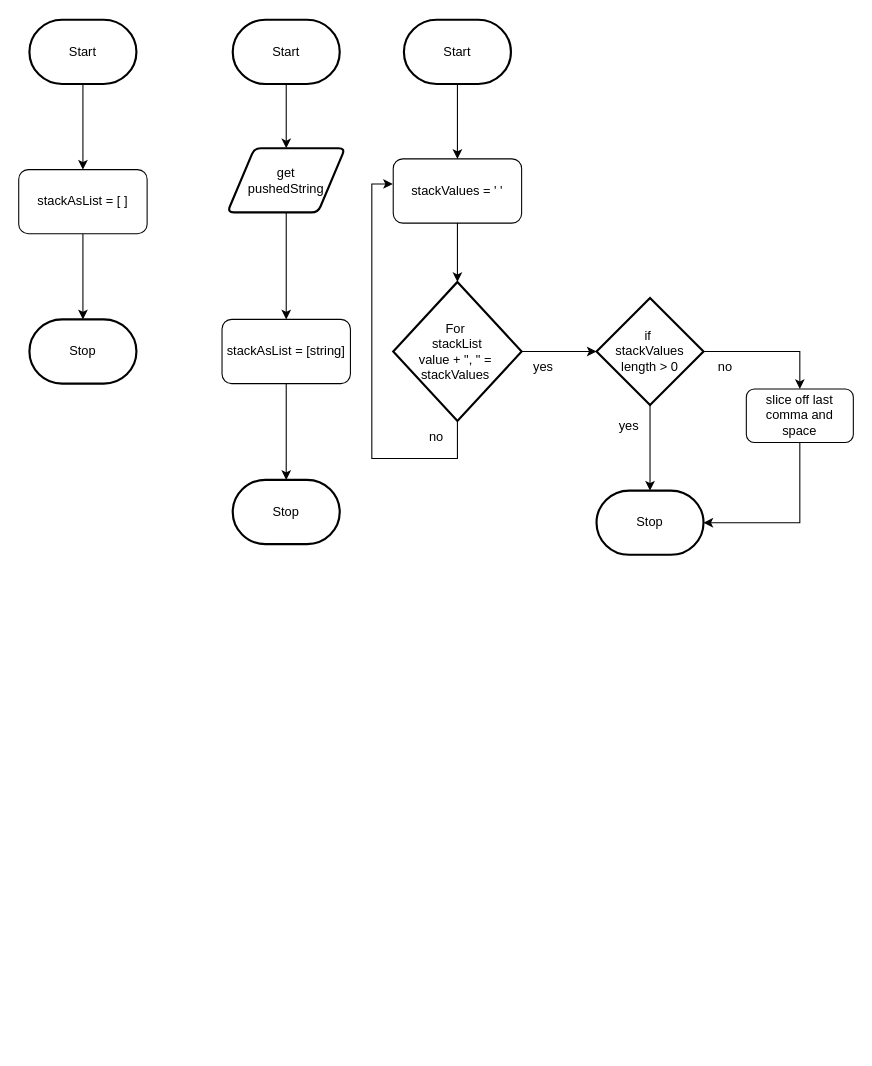
Earlier version of the draw.io diagram design/flowchart.drawio (ayaat-ahmedou/ICS4U-Unit2). Source tidied: cells renumbered, new cells numbered last; positions are measured from the earlier drawing's top-left corner, leaving out a move shared by most shapes. Both pictures are drawn from the tidied source at 107%, with x=0, y=0 at pixel (18, 19).
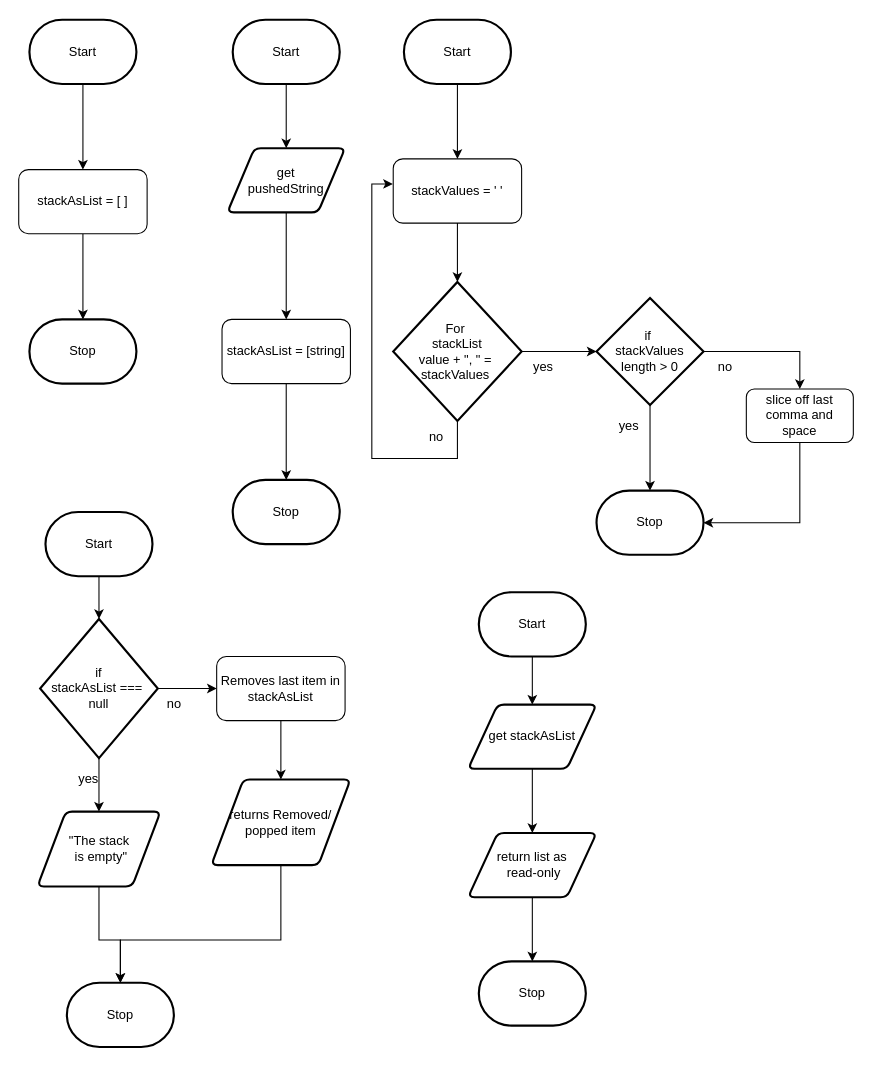
Above is the later version.

Commit message:
Updated flowchart for Unit2-02

What changed in the source:
```diff
@@
+    <mxCell id="31" style="edgeStyle=none;html=1;" parent="1" edge="1" source="32" target="35">
+      <mxGeometry relative="1" as="geometry" />
+    </mxCell>
+    <mxCell id="32" value="Start" style="strokeWidth=2;html=1;shape=mxgraph.flowchart.terminator;whiteSpace=wrap;" parent="1" vertex="1">
+      <mxGeometry x="25" y="460" width="100" height="60" as="geometry" />
+    </mxCell>
+    <mxCell id="33" style="edgeStyle=none;html=1;" parent="1" edge="1" source="35" target="37">
+      <mxGeometry relative="1" as="geometry" />
+    </mxCell>
+    <mxCell id="34" style="edgeStyle=none;html=1;" parent="1" edge="1" source="35" target="40">
+      <mxGeometry relative="1" as="geometry" />
+    </mxCell>
+    <mxCell id="35" value="if&lt;br&gt;stackAsList ===&amp;nbsp;&lt;br&gt;null" style="strokeWidth=2;html=1;shape=mxgraph.flowchart.decision;whiteSpace=wrap;" parent="1" vertex="1">
+      <mxGeometry x="20" y="560" width="110" height="130" as="geometry" />
+    </mxCell>
+    <mxCell id="36" style="edgeStyle=orthogonalEdgeStyle;rounded=0;html=1;entryX=0.5;entryY=0;entryDx=0;entryDy=0;entryPerimeter=0;" parent="1" edge="1" source="37">
+      <mxGeometry relative="1" as="geometry">
+        <mxPoint x="95" y="900" as="targetPoint" />
+        <Array as="points">
+          <mxPoint x="75" y="860" />
+          <mxPoint x="95" y="860" />
+        </Array>
+      </mxGeometry>
+    </mxCell>
+    <mxCell id="37" value="&quot;The stack&lt;br&gt;&amp;nbsp;is empty&quot;" style="shape=parallelogram;html=1;strokeWidth=2;perimeter=parallelogramPerimeter;whiteSpace=wrap;rounded=1;arcSize=12;size=0.23;" parent="1" vertex="1">
+      <mxGeometry x="17.5" y="740" width="115" height="70" as="geometry" />
+    </mxCell>
+    <mxCell id="38" value="yes" style="text;html=1;align=center;verticalAlign=middle;strokeColor=none;fillColor=none;" parent="1" vertex="1">
+      <mxGeometry x="45" y="695" width="40" height="30" as="geometry" />
+    </mxCell>
+    <mxCell id="39" style="edgeStyle=none;html=1;exitX=0.5;exitY=1;exitDx=0;exitDy=0;entryX=0.5;entryY=0;entryDx=0;entryDy=0;" parent="1" edge="1" source="40" target="43">
+      <mxGeometry relative="1" as="geometry" />
+    </mxCell>
+    <mxCell id="40" value="Removes last item in stackAsList" style="rounded=1;whiteSpace=wrap;html=1;" parent="1" vertex="1">
+      <mxGeometry x="185" y="595" width="120" height="60" as="geometry" />
+    </mxCell>
+    <mxCell id="41" value="no" style="text;html=1;align=center;verticalAlign=middle;strokeColor=none;fillColor=none;" parent="1" vertex="1">
+      <mxGeometry x="125" y="625" width="40" height="30" as="geometry" />
+    </mxCell>
+    <mxCell id="42" style="edgeStyle=orthogonalEdgeStyle;html=1;entryX=0.5;entryY=0;entryDx=0;entryDy=0;entryPerimeter=0;rounded=0;" parent="1" edge="1" source="43">
+      <mxGeometry relative="1" as="geometry">
+        <mxPoint x="95" y="900" as="targetPoint" />
+        <Array as="points">
+          <mxPoint x="245" y="860" />
+          <mxPoint x="95" y="860" />
+        </Array>
+      </mxGeometry>
+    </mxCell>
+    <mxCell id="43" value="returns Removed/&lt;br&gt;popped item" style="shape=parallelogram;html=1;strokeWidth=2;perimeter=parallelogramPerimeter;whiteSpace=wrap;rounded=1;arcSize=12;size=0.23;" parent="1" vertex="1">
+      <mxGeometry x="180" y="710" width="130" height="80" as="geometry" />
+    </mxCell>
+    <mxCell id="44" value="Stop" style="strokeWidth=2;html=1;shape=mxgraph.flowchart.terminator;whiteSpace=wrap;" parent="1" vertex="1">
+      <mxGeometry x="45" y="900" width="100" height="60" as="geometry" />
+    </mxCell>
+    <mxCell id="45" style="edgeStyle=orthogonalEdgeStyle;rounded=0;html=1;" parent="1" edge="1" source="46" target="48">
+      <mxGeometry relative="1" as="geometry" />
+    </mxCell>
+    <mxCell id="46" value="Start" style="strokeWidth=2;html=1;shape=mxgraph.flowchart.terminator;whiteSpace=wrap;" parent="1" vertex="1">
+      <mxGeometry x="430" y="535" width="100" height="60" as="geometry" />
+    </mxCell>
+    <mxCell id="47" style="edgeStyle=orthogonalEdgeStyle;rounded=0;html=1;" parent="1" edge="1" source="48" target="50">
+      <mxGeometry relative="1" as="geometry" />
+    </mxCell>
+    <mxCell id="48" value="get stackAsList" style="shape=parallelogram;html=1;strokeWidth=2;perimeter=parallelogramPerimeter;whiteSpace=wrap;rounded=1;arcSize=12;size=0.23;" parent="1" vertex="1">
+      <mxGeometry x="420" y="640" width="120" height="60" as="geometry" />
+    </mxCell>
+    <mxCell id="49" style="edgeStyle=orthogonalEdgeStyle;rounded=0;html=1;" parent="1" edge="1" source="50" target="51">
+      <mxGeometry relative="1" as="geometry" />
+    </mxCell>
+    <mxCell id="50" value="return list as&lt;br&gt;&amp;nbsp;read-only" style="shape=parallelogram;html=1;strokeWidth=2;perimeter=parallelogramPerimeter;whiteSpace=wrap;rounded=1;arcSize=12;size=0.23;" parent="1" vertex="1">
+      <mxGeometry x="420" y="760" width="120" height="60" as="geometry" />
+    </mxCell>
+    <mxCell id="51" value="Stop" style="strokeWidth=2;html=1;shape=mxgraph.flowchart.terminator;whiteSpace=wrap;" parent="1" vertex="1">
+      <mxGeometry x="430" y="880" width="100" height="60" as="geometry" />
+    </mxCell>
```
